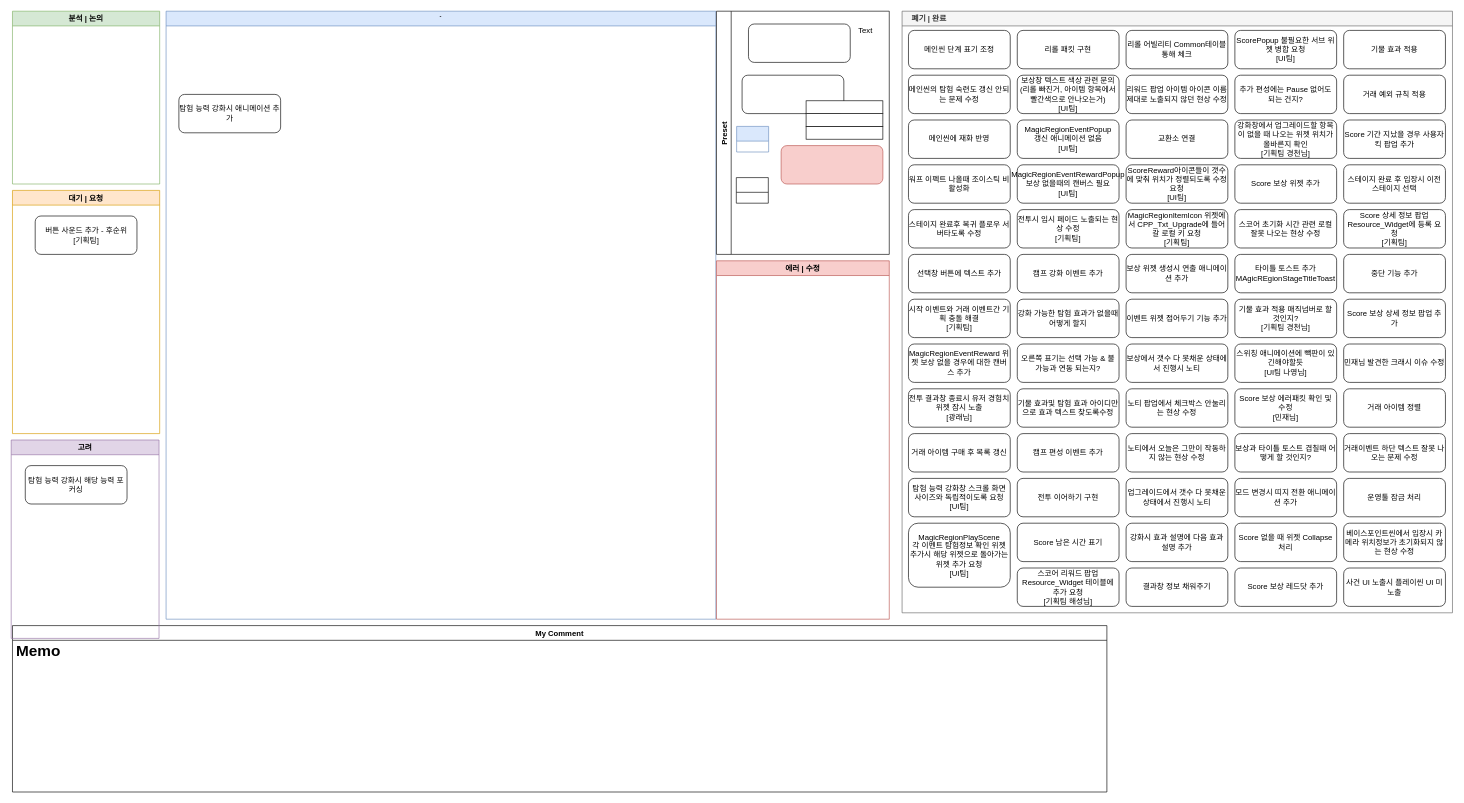
The draw.io diagram 로그라이트.drawio in Endorr/Job-Board, before the edit. Source tidied: cells renumbered, new cells numbered last; positions are measured from the earlier drawing's top-left corner, leaving out a move shared by most shapes. Both pictures are drawn from the tidied source at 64%, with x=0, y=0 at pixel (11, 11).
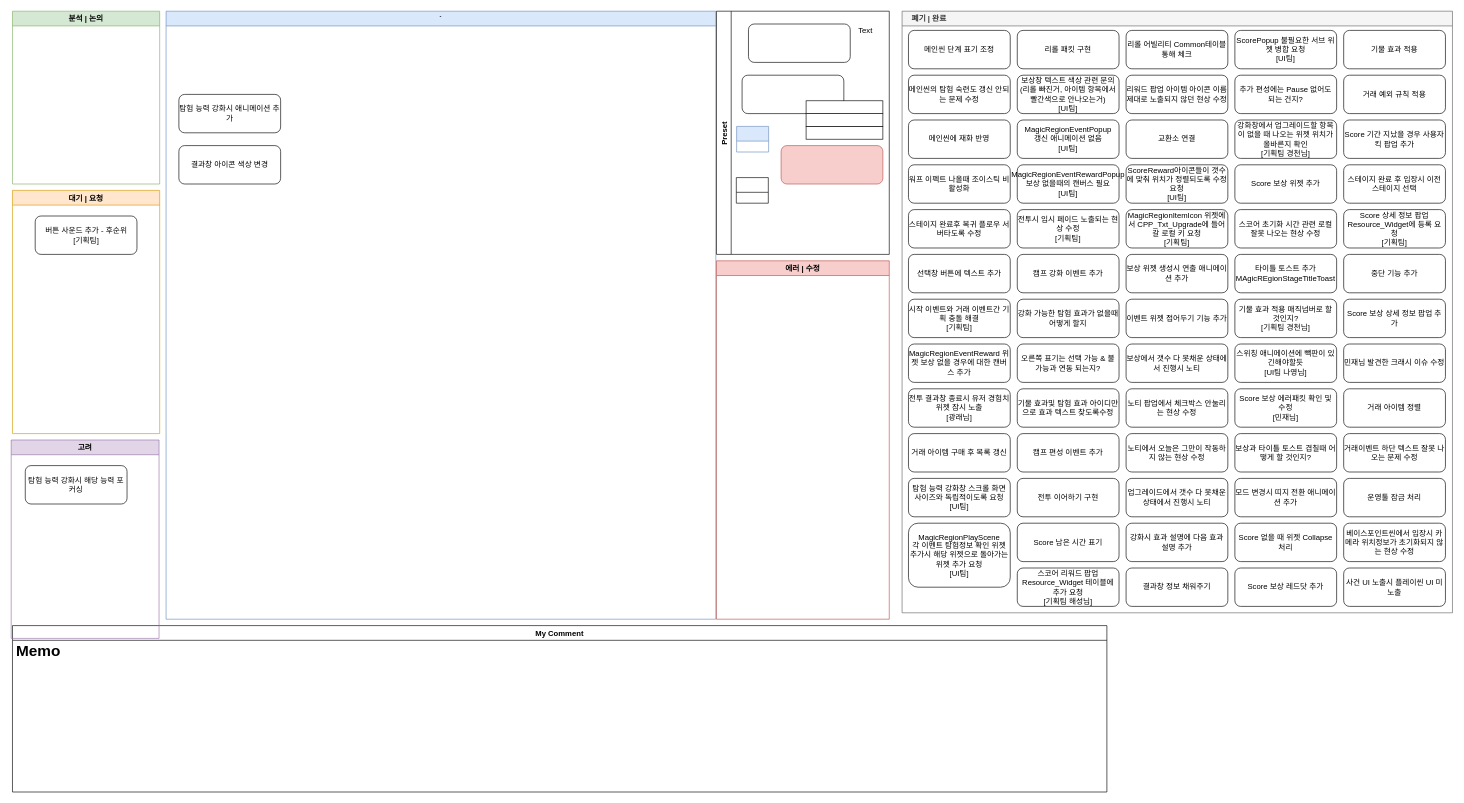
The same page after the edit.

Commit message:
로그라이트.drawio 업데이트

The change refers to these unchanged cells:
```xml
<mxCell id="2" value="`" style="swimlane;fillColor=#dae8fc;strokeColor=#6c8ebf;" parent="1" vertex="1">
  <mxGeometry x="242" width="859" height="950" as="geometry" />
</mxCell>
```

What changed in the source:
```diff
@@
+    <mxCell id="88" value="결과창 아이콘 색상 변경" style="rounded=1;whiteSpace=wrap;html=1;" parent="2" vertex="1">
+      <mxGeometry x="20" y="210" width="159" height="60" as="geometry" />
+    </mxCell>
```
